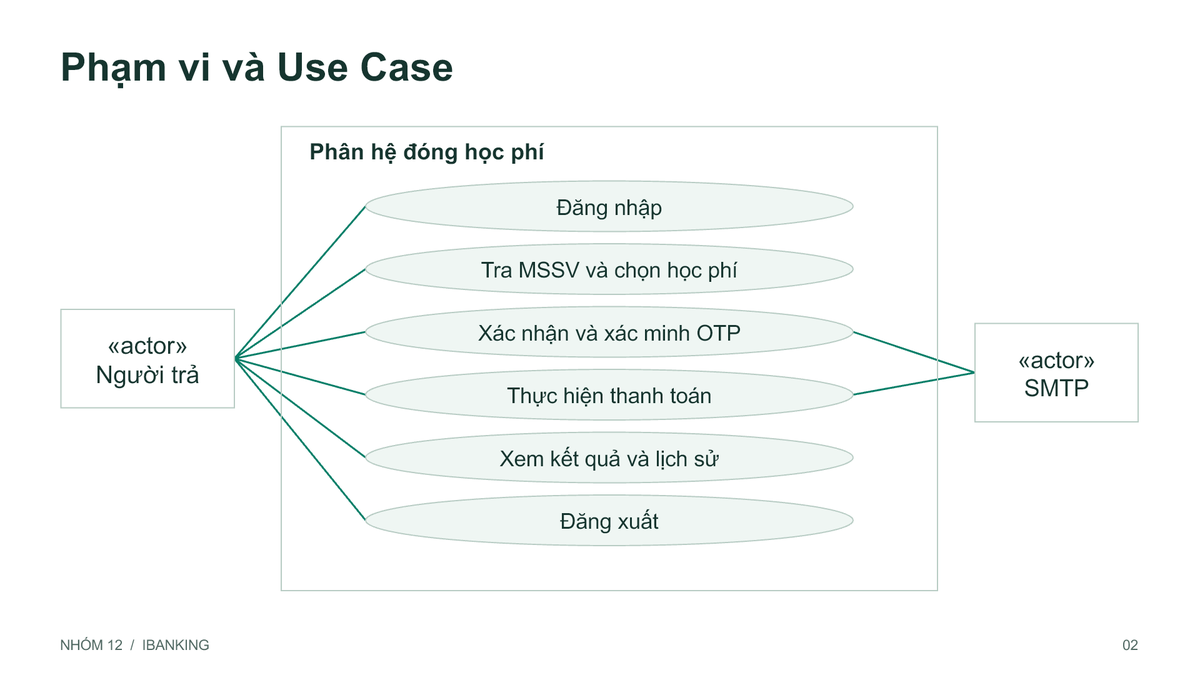
Before: docs/diagrams/exported/use-cases.png, a diagram exported from PlantUML (micrsh1608/Ibanking-System). Its source is kept beside it as docs/diagrams/use-cases.puml.
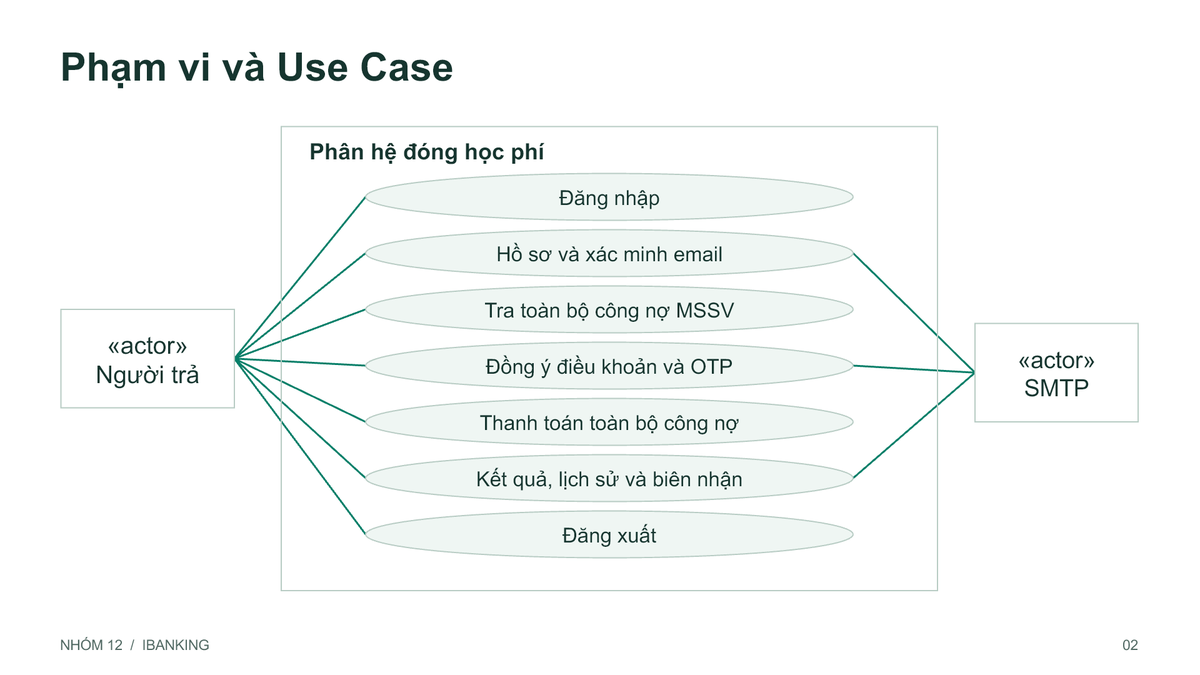
After the commit.

What changed in the source:
```diff
@@ -3,12 +3,13 @@
 actor "Người thanh toán" as Payer
 actor "Dịch vụ SMTP" as Mail
 rectangle "Phân hệ đóng học phí iBanking" {
+  usecase "UC08\nCập nhật hồ sơ / email\n(xác nhận mật khẩu)" as UpdateProfile
+  usecase "UC09\nXác minh email hồ sơ\nqua mã gửi đến địa chỉ đích" as VerifyEmail
   usecase "UC01\nĐăng nhập" as Login
   usecase "Xem hồ sơ người trả\nvà tài khoản (chỉ đọc)" as Profile
   usecase "UC02\nTra cứu MSSV / hóa đơn" as Lookup
-  usecase "UC03\nChọn học phí cần đóng" as Select
-  usecase "Chọn một / nhiều\nhóa đơn theo học kỳ" as Selected
-  usecase "Chọn toàn bộ\nhóa đơn chưa trả" as All
+  usecase "UC03\nXem toàn bộ công nợ\nchưa đóng của MSSV" as Select
+  usecase "Đồng ý điều khoản\nvà kiểm tra đủ số dư" as Consent
   usecase "Xác nhận danh sách\nvà tổng tiền" as Confirm
   usecase "UC04\nXác minh OTP" as OTP
   usecase "UC05\nThanh toán học phí" as Pay
@@ -17,6 +18,7 @@
   usecase "Nhận email\nxác nhận thành công" as Receipt
 }
 Payer --> Login
+Payer --> UpdateProfile
 Payer --> Profile
 Payer --> Lookup
 Payer --> Select
@@ -26,11 +28,12 @@
 Payer --> Receipt
 Mail --> OTP
 Mail --> Receipt
-Selected -|> Select
-All -|> Select
+Mail --> VerifyEmail
+VerifyEmail ..> UpdateProfile : <<extend>>\nemail đổi hoặc chưa xác minh
 Pay ..> Confirm : <<include>>
 Pay ..> OTP : <<include>>
 Confirm ..> Select : <<include>>
+Confirm ..> Consent : <<include>>
 note left of Payer
   Người trả là chủ tài khoản đã đăng nhập.
   Có thể đóng cho MSSV của sinh viên khác.
```
